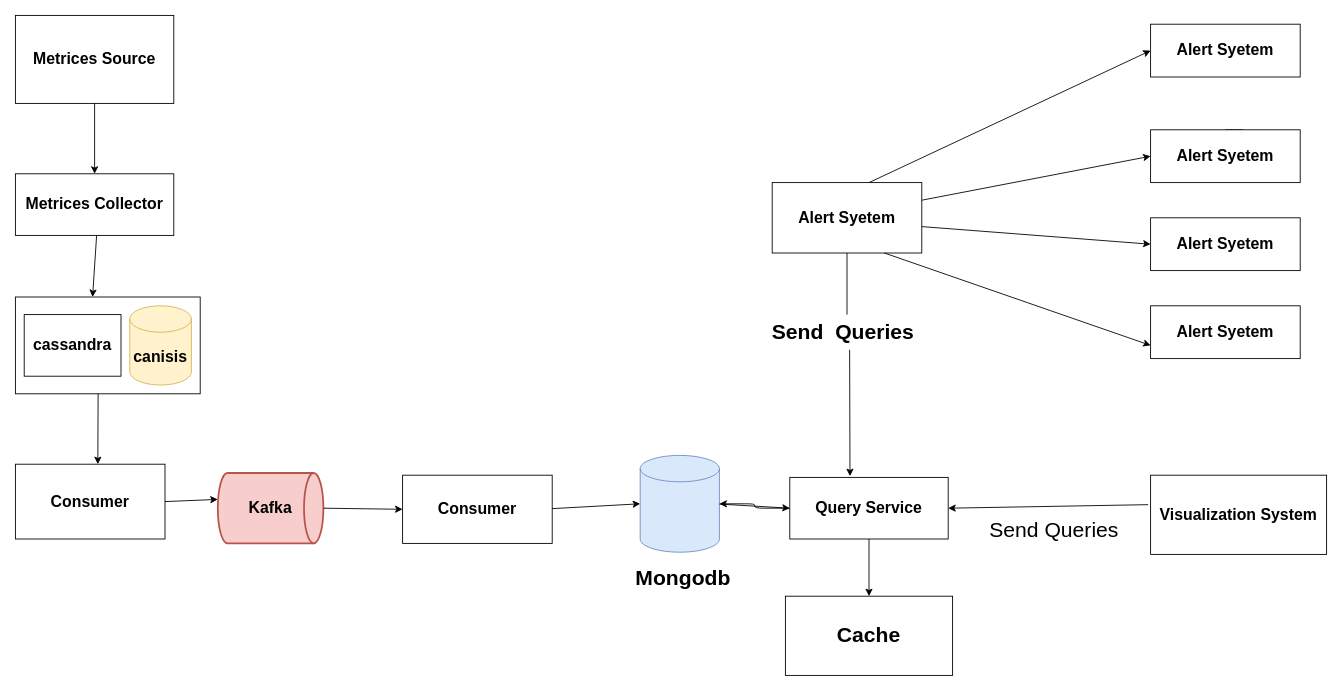
The draw.io diagram Untitled Diagram.drawio in Tarunagg1/draw, before the edit. Source tidied: cells renumbered, new cells numbered last; positions are measured from the earlier drawing's top-left corner, leaving out a move shared by most shapes. Both pictures are drawn from the tidied source at 88%, with x=0, y=0 at pixel (15, 15).
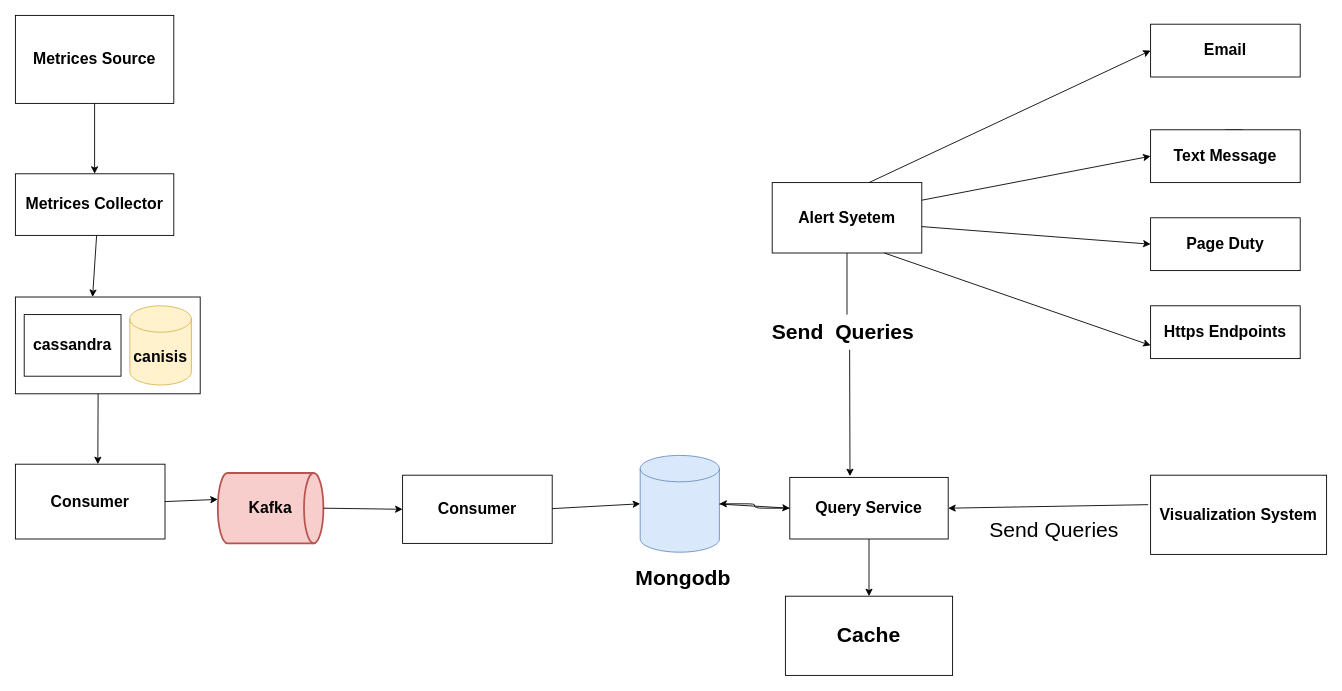
The same diagram, later.

Diff of the diagram source:
```diff
@@
-    <mxCell id="16" value="&lt;span style=&quot;font-size: 18px&quot;&gt;&lt;b&gt;Alert Syetem&lt;/b&gt;&lt;/span&gt;" style="rounded=0;whiteSpace=wrap;html=1;" parent="1" vertex="1">
+    <mxCell id="16" value="&lt;span style=&quot;font-size: 18px&quot;&gt;&lt;b&gt;Https Endpoints&lt;/b&gt;&lt;/span&gt;" style="rounded=0;whiteSpace=wrap;html=1;" parent="1" vertex="1">
       <mxGeometry x="1290" y="330" width="170" height="60" as="geometry" />
     </mxCell>
-    <mxCell id="17" value="&lt;span style=&quot;font-size: 18px&quot;&gt;&lt;b&gt;Alert Syetem&lt;/b&gt;&lt;/span&gt;" style="rounded=0;whiteSpace=wrap;html=1;" parent="1" vertex="1">
+    <mxCell id="17" value="&lt;span style=&quot;font-size: 18px&quot;&gt;&lt;b&gt;Email&lt;/b&gt;&lt;/span&gt;" style="rounded=0;whiteSpace=wrap;html=1;" parent="1" vertex="1">
       <mxGeometry x="1290" y="10" width="170" height="60" as="geometry" />
     </mxCell>
@@
-    <mxCell id="19" value="&lt;span style=&quot;font-size: 18px&quot;&gt;&lt;b&gt;Alert Syetem&lt;/b&gt;&lt;/span&gt;" style="rounded=0;whiteSpace=wrap;html=1;" parent="1" vertex="1">
+    <mxCell id="19" value="&lt;span style=&quot;font-size: 18px&quot;&gt;&lt;b&gt;Text Message&lt;/b&gt;&lt;/span&gt;" style="rounded=0;whiteSpace=wrap;html=1;" parent="1" vertex="1">
       <mxGeometry x="1290" y="130" width="170" height="60" as="geometry" />
     </mxCell>
-    <mxCell id="20" value="&lt;span style=&quot;font-size: 18px&quot;&gt;&lt;b&gt;Alert Syetem&lt;/b&gt;&lt;/span&gt;" style="rounded=0;whiteSpace=wrap;html=1;" parent="1" vertex="1">
+    <mxCell id="20" value="&lt;span style=&quot;font-size: 18px&quot;&gt;&lt;b&gt;Page Duty&lt;/b&gt;&lt;/span&gt;" style="rounded=0;whiteSpace=wrap;html=1;" parent="1" vertex="1">
       <mxGeometry x="1290" y="230" width="170" height="60" as="geometry" />
     </mxCell>
```
